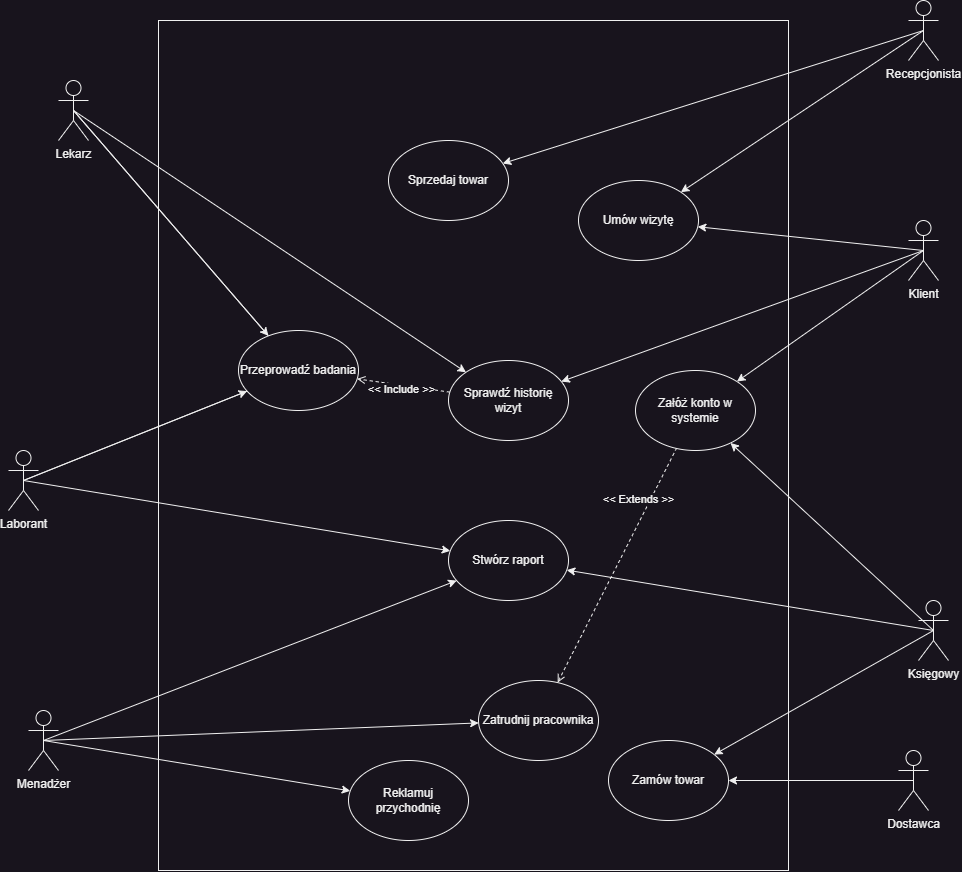
Earlier version of the draw.io export Imgaes/UC_Diagram.png (MarekMichali/vet-clinic). Source tidied: cells renumbered, new cells last; positions are measured from the earlier drawing's top-left corner, leaving out a move shared by most shapes.
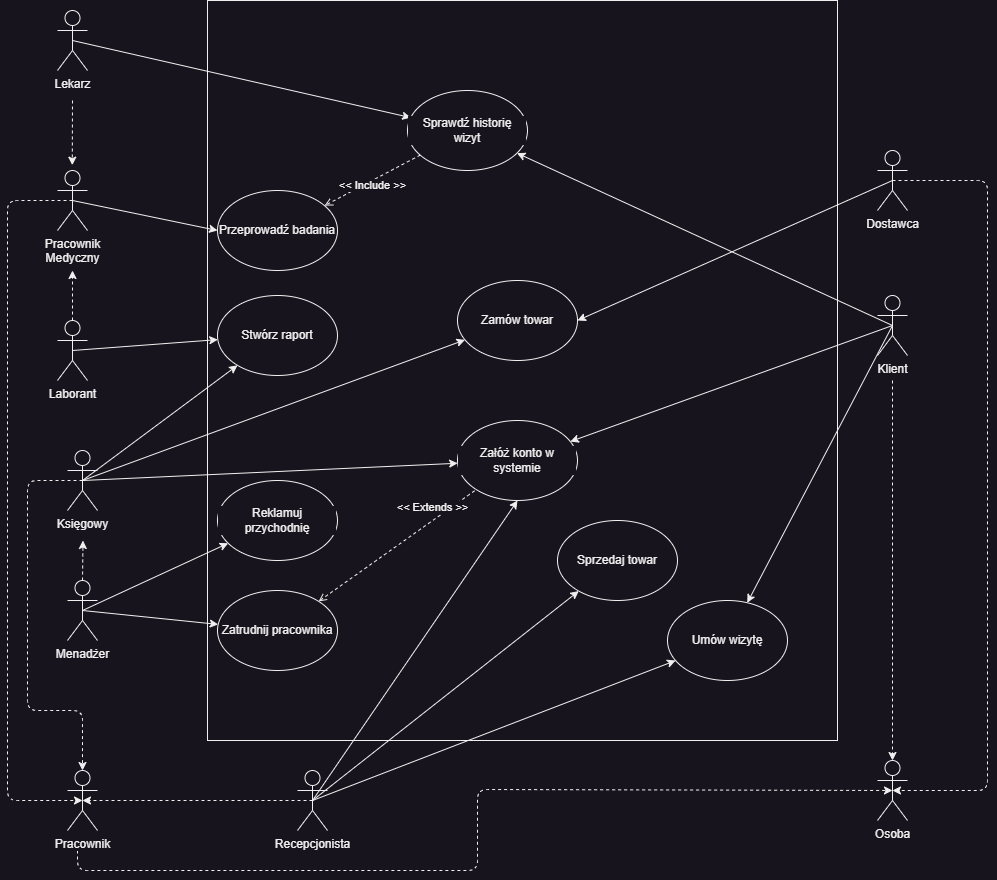
After the change.

What changed in the source:
```diff
@@ -3,19 +3,21 @@
     <mxCell id="0" />
     <mxCell id="1" parent="0" />
     <mxCell id="2" style="rounded=0;whiteSpace=wrap;html=1;fillColor=#18141D;strokeColor=#F0F0F0;fontColor=#F0F0F0;labelBackgroundColor=#18141D;" parent="1" vertex="1">
-      <mxGeometry x="150" y="20" width="630" height="850" as="geometry" />
+      <mxGeometry x="150" y="130" width="630" height="740" as="geometry" />
     </mxCell>
-    <mxCell id="3" style="edgeStyle=none;html=1;exitX=0.5;exitY=0.5;exitDx=0;exitDy=0;exitPerimeter=0;fontColor=#F0F0F0;fillColor=#18141D;strokeColor=#F0F0F0;labelBackgroundColor=#18141D;" parent="1" edge="1" source="6" target="29">
-      <mxGeometry relative="1" as="geometry" />
-    </mxCell>
     <mxCell id="4" style="edgeStyle=none;html=1;exitX=0.5;exitY=0.5;exitDx=0;exitDy=0;exitPerimeter=0;fontColor=#F0F0F0;fillColor=#18141D;strokeColor=#F0F0F0;labelBackgroundColor=#18141D;" parent="1" edge="1" source="6" target="36">
       <mxGeometry relative="1" as="geometry" />
     </mxCell>
     <mxCell id="5" style="edgeStyle=none;html=1;exitX=0.5;exitY=0.5;exitDx=0;exitDy=0;exitPerimeter=0;fontColor=#F0F0F0;fillColor=#18141D;strokeColor=#F0F0F0;labelBackgroundColor=#18141D;" parent="1" edge="1" source="6" target="34">
       <mxGeometry relative="1" as="geometry" />
     </mxCell>
+    <mxCell id="40" style="edgeStyle=none;html=1;exitX=0.5;exitY=0;exitDx=0;exitDy=0;exitPerimeter=0;dashed=1;labelBackgroundColor=#18141D;fontColor=#F0F0F0;fillColor=#18141D;strokeColor=#F0F0F0;" parent="1" edge="1" source="6">
+      <mxGeometry relative="1" as="geometry">
+        <mxPoint x="25.5" y="670" as="targetPoint" />
+      </mxGeometry>
+    </mxCell>
     <mxCell id="6" value="Menadżer" style="shape=umlActor;verticalLabelPosition=bottom;verticalAlign=top;html=1;outlineConnect=0;fillColor=#18141D;strokeColor=#F0F0F0;fontColor=#F0F0F0;labelBackgroundColor=#18141D;" parent="1" vertex="1">
-      <mxGeometry x="20" y="710" width="30" height="60" as="geometry" />
+      <mxGeometry x="10" y="710" width="30" height="60" as="geometry" />
     </mxCell>
     <mxCell id="7" style="edgeStyle=none;html=1;exitX=0.5;exitY=0.5;exitDx=0;exitDy=0;exitPerimeter=0;fontColor=#F0F0F0;fillColor=#18141D;strokeColor=#F0F0F0;labelBackgroundColor=#18141D;" parent="1" edge="1" source="10" target="32">
       <mxGeometry relative="1" as="geometry" />
@@ -26,17 +28,24 @@
     <mxCell id="9" style="edgeStyle=none;html=1;exitX=0.5;exitY=0.5;exitDx=0;exitDy=0;exitPerimeter=0;fontColor=#F0F0F0;fillColor=#18141D;strokeColor=#F0F0F0;labelBackgroundColor=#18141D;" parent="1" edge="1" source="10" target="26">
       <mxGeometry relative="1" as="geometry" />
     </mxCell>
+    <mxCell id="41" style="edgeStyle=none;html=1;entryX=0.5;entryY=0;entryDx=0;entryDy=0;entryPerimeter=0;dashed=1;labelBackgroundColor=#18141D;fontColor=#F0F0F0;fillColor=#18141D;strokeColor=#F0F0F0;" parent="1" edge="1" target="53">
+      <mxGeometry relative="1" as="geometry">
+        <mxPoint x="835" y="510" as="sourcePoint" />
+      </mxGeometry>
+    </mxCell>
     <mxCell id="10" value="Klient" style="shape=umlActor;verticalLabelPosition=bottom;verticalAlign=top;html=1;outlineConnect=0;fillColor=#18141D;strokeColor=#F0F0F0;fontColor=#F0F0F0;labelBackgroundColor=#18141D;" parent="1" vertex="1">
-      <mxGeometry x="900" y="220" width="30" height="60" as="geometry" />
+      <mxGeometry x="820" y="425" width="30" height="60" as="geometry" />
     </mxCell>
-    <mxCell id="11" style="edgeStyle=none;html=1;exitX=0.5;exitY=0.5;exitDx=0;exitDy=0;exitPerimeter=0;fontColor=#F0F0F0;fillColor=#18141D;strokeColor=#F0F0F0;labelBackgroundColor=#18141D;" parent="1" edge="1" source="13" target="39">
-      <mxGeometry relative="1" as="geometry" />
-    </mxCell>
     <mxCell id="12" style="edgeStyle=none;html=1;exitX=0.5;exitY=0.5;exitDx=0;exitDy=0;exitPerimeter=0;fontColor=#F0F0F0;fillColor=#18141D;strokeColor=#F0F0F0;labelBackgroundColor=#18141D;" parent="1" edge="1" source="13" target="32">
       <mxGeometry relative="1" as="geometry" />
     </mxCell>
+    <mxCell id="42" style="edgeStyle=none;html=1;entryX=0.493;entryY=-0.089;entryDx=0;entryDy=0;entryPerimeter=0;dashed=1;labelBackgroundColor=#18141D;fontColor=#F0F0F0;fillColor=#18141D;strokeColor=#F0F0F0;" parent="1" edge="1" target="50">
+      <mxGeometry relative="1" as="geometry">
+        <mxPoint x="15" y="230" as="sourcePoint" />
+      </mxGeometry>
+    </mxCell>
     <mxCell id="13" value="Lekarz" style="shape=umlActor;verticalLabelPosition=bottom;verticalAlign=top;html=1;outlineConnect=0;fillColor=#18141D;strokeColor=#F0F0F0;fontColor=#F0F0F0;labelBackgroundColor=#18141D;" parent="1" vertex="1">
-      <mxGeometry x="50" y="80" width="30" height="60" as="geometry" />
+      <mxGeometry y="140" width="30" height="60" as="geometry" />
     </mxCell>
     <mxCell id="14" style="edgeStyle=none;html=1;exitX=0.5;exitY=0.5;exitDx=0;exitDy=0;exitPerimeter=0;fontColor=#F0F0F0;fillColor=#18141D;strokeColor=#F0F0F0;labelBackgroundColor=#18141D;" parent="1" edge="1" source="16" target="27">
       <mxGeometry relative="1" as="geometry" />
@@ -44,23 +53,39 @@
     <mxCell id="15" style="edgeStyle=none;html=1;exitX=0.5;exitY=0.5;exitDx=0;exitDy=0;exitPerimeter=0;fontColor=#F0F0F0;fillColor=#18141D;strokeColor=#F0F0F0;labelBackgroundColor=#18141D;" parent="1" edge="1" source="16" target="33">
       <mxGeometry relative="1" as="geometry" />
     </mxCell>
+    <mxCell id="43" style="edgeStyle=none;html=1;exitX=0.5;exitY=0.5;exitDx=0;exitDy=0;exitPerimeter=0;entryX=0.5;entryY=1;entryDx=0;entryDy=0;labelBackgroundColor=#18141D;fontColor=#F0F0F0;fillColor=#18141D;strokeColor=#F0F0F0;" parent="1" edge="1" source="16" target="26">
+      <mxGeometry relative="1" as="geometry" />
+    </mxCell>
+    <mxCell id="44" style="edgeStyle=none;html=1;exitX=0.5;exitY=0.5;exitDx=0;exitDy=0;exitPerimeter=0;entryX=0.5;entryY=0.5;entryDx=0;entryDy=0;entryPerimeter=0;dashed=1;labelBackgroundColor=#18141D;fontColor=#F0F0F0;fillColor=#18141D;strokeColor=#F0F0F0;" parent="1" edge="1" source="16" target="52">
+      <mxGeometry relative="1" as="geometry" />
+    </mxCell>
     <mxCell id="16" value="Recepcjonista" style="shape=umlActor;verticalLabelPosition=bottom;verticalAlign=top;html=1;outlineConnect=0;fillColor=#18141D;strokeColor=#F0F0F0;fontColor=#F0F0F0;labelBackgroundColor=#18141D;" parent="1" vertex="1">
-      <mxGeometry x="900" width="30" height="60" as="geometry" />
+      <mxGeometry x="240" y="900" width="30" height="60" as="geometry" />
     </mxCell>
     <mxCell id="17" style="edgeStyle=none;html=1;exitX=0.5;exitY=0.5;exitDx=0;exitDy=0;exitPerimeter=0;fontColor=#F0F0F0;startArrow=none;fillColor=#18141D;strokeColor=#F0F0F0;labelBackgroundColor=#18141D;" parent="1" edge="1" source="19" target="29">
       <mxGeometry relative="1" as="geometry" />
     </mxCell>
-    <mxCell id="18" style="edgeStyle=none;html=1;exitX=0.5;exitY=0.5;exitDx=0;exitDy=0;exitPerimeter=0;fontColor=#F0F0F0;fillColor=#18141D;strokeColor=#F0F0F0;labelBackgroundColor=#18141D;" parent="1" edge="1" source="19" target="39">
-      <mxGeometry relative="1" as="geometry" />
-    </mxCell>
+    <mxCell id="45" style="edgeStyle=none;html=1;exitX=0.5;exitY=0;exitDx=0;exitDy=0;exitPerimeter=0;dashed=1;labelBackgroundColor=#18141D;fontColor=#F0F0F0;fillColor=#18141D;strokeColor=#F0F0F0;" parent="1" edge="1" source="19">
+      <mxGeometry relative="1" as="geometry">
+        <mxPoint x="15" y="400" as="targetPoint" />
+      </mxGeometry>
+    </mxCell>
     <mxCell id="19" value="Laborant" style="shape=umlActor;verticalLabelPosition=bottom;verticalAlign=top;html=1;outlineConnect=0;fillColor=#18141D;strokeColor=#F0F0F0;fontColor=#F0F0F0;labelBackgroundColor=#18141D;" parent="1" vertex="1">
       <mxGeometry y="450" width="30" height="60" as="geometry" />
     </mxCell>
     <mxCell id="20" style="edgeStyle=none;html=1;exitX=0.5;exitY=0.5;exitDx=0;exitDy=0;exitPerimeter=0;fontColor=#F0F0F0;entryX=1;entryY=0.5;entryDx=0;entryDy=0;fillColor=#18141D;strokeColor=#F0F0F0;labelBackgroundColor=#18141D;" parent="1" edge="1" source="21" target="28">
       <mxGeometry relative="1" as="geometry" />
     </mxCell>
+    <mxCell id="46" style="edgeStyle=none;html=1;exitX=0.5;exitY=0.5;exitDx=0;exitDy=0;exitPerimeter=0;entryX=0.5;entryY=0.5;entryDx=0;entryDy=0;entryPerimeter=0;dashed=1;labelBackgroundColor=#18141D;fontColor=#F0F0F0;fillColor=#18141D;strokeColor=#F0F0F0;" parent="1" edge="1" source="21" target="53">
+      <mxGeometry relative="1" as="geometry">
+        <Array as="points">
+          <mxPoint x="930" y="310" />
+          <mxPoint x="930" y="920" />
+        </Array>
+      </mxGeometry>
+    </mxCell>
     <mxCell id="21" value="Dostawca" style="shape=umlActor;verticalLabelPosition=bottom;verticalAlign=top;html=1;outlineConnect=0;fillColor=#18141D;strokeColor=#F0F0F0;fontColor=#F0F0F0;labelBackgroundColor=#18141D;" parent="1" vertex="1">
-      <mxGeometry x="890" y="750" width="30" height="60" as="geometry" />
+      <mxGeometry x="820" y="280" width="30" height="60" as="geometry" />
     </mxCell>
     <mxCell id="22" style="edgeStyle=none;html=1;exitX=0.5;exitY=0.5;exitDx=0;exitDy=0;exitPerimeter=0;fontColor=#F0F0F0;fillColor=#18141D;strokeColor=#F0F0F0;labelBackgroundColor=#18141D;" parent="1" edge="1" source="25" target="29">
       <mxGeometry relative="1" as="geometry" />
@@ -71,20 +96,29 @@
     <mxCell id="24" style="edgeStyle=none;html=1;exitX=0.5;exitY=0.5;exitDx=0;exitDy=0;exitPerimeter=0;fontColor=#F0F0F0;fillColor=#18141D;strokeColor=#F0F0F0;labelBackgroundColor=#18141D;" parent="1" edge="1" source="25" target="28">
       <mxGeometry relative="1" as="geometry" />
     </mxCell>
+    <mxCell id="47" style="edgeStyle=none;html=1;exitX=0.5;exitY=0.5;exitDx=0;exitDy=0;exitPerimeter=0;entryX=0.5;entryY=0;entryDx=0;entryDy=0;entryPerimeter=0;dashed=1;labelBackgroundColor=#18141D;fontColor=#F0F0F0;fillColor=#18141D;strokeColor=#F0F0F0;" parent="1" edge="1" source="25" target="52">
+      <mxGeometry relative="1" as="geometry">
+        <Array as="points">
+          <mxPoint x="-30" y="610" />
+          <mxPoint x="-30" y="840" />
+          <mxPoint x="25" y="840" />
+        </Array>
+      </mxGeometry>
+    </mxCell>
     <mxCell id="25" value="Księgowy" style="shape=umlActor;verticalLabelPosition=bottom;verticalAlign=top;html=1;outlineConnect=0;fillColor=#18141D;strokeColor=#F0F0F0;fontColor=#F0F0F0;labelBackgroundColor=#18141D;" parent="1" vertex="1">
-      <mxGeometry x="910" y="600" width="30" height="60" as="geometry" />
+      <mxGeometry x="10" y="580" width="30" height="60" as="geometry" />
     </mxCell>
-    <mxCell id="26" value="Załóż konto w systemie" style="ellipse;whiteSpace=wrap;html=1;fontColor=#F0F0F0;fillColor=#18141D;strokeColor=#F0F0F0;labelBackgroundColor=none;" parent="1" vertex="1">
-      <mxGeometry x="627" y="370" width="120" height="80" as="geometry" />
+    <mxCell id="26" value="Załóż konto w systemie" style="ellipse;whiteSpace=wrap;html=1;fontColor=#F0F0F0;fillColor=#18141D;strokeColor=#F0F0F0;labelBackgroundColor=#18141D;" parent="1" vertex="1">
+      <mxGeometry x="400" y="550" width="120" height="80" as="geometry" />
     </mxCell>
     <mxCell id="27" value="Umów wizytę" style="ellipse;whiteSpace=wrap;html=1;fontColor=#F0F0F0;fillColor=#18141D;strokeColor=#F0F0F0;labelBackgroundColor=#18141D;" parent="1" vertex="1">
-      <mxGeometry x="570" y="180" width="120" height="80" as="geometry" />
+      <mxGeometry x="610" y="730" width="120" height="80" as="geometry" />
     </mxCell>
     <mxCell id="28" value="Zamów towar" style="ellipse;whiteSpace=wrap;html=1;fontColor=#F0F0F0;fillColor=#18141D;strokeColor=#F0F0F0;labelBackgroundColor=#18141D;" parent="1" vertex="1">
-      <mxGeometry x="600" y="740" width="120" height="80" as="geometry" />
+      <mxGeometry x="400" y="410" width="120" height="80" as="geometry" />
     </mxCell>
-    <mxCell id="29" value="Stwórz raport" style="ellipse;whiteSpace=wrap;html=1;fontColor=#F0F0F0;fillColor=#18141D;strokeColor=#F0F0F0;labelBackgroundColor=none;" parent="1" vertex="1">
-      <mxGeometry x="440" y="520" width="120" height="80" as="geometry" />
+    <mxCell id="29" value="Stwórz raport" style="ellipse;whiteSpace=wrap;html=1;fontColor=#F0F0F0;fillColor=#18141D;strokeColor=#F0F0F0;labelBackgroundColor=#18141D;" parent="1" vertex="1">
+      <mxGeometry x="160" y="425" width="120" height="80" as="geometry" />
     </mxCell>
     <mxCell id="30" style="edgeStyle=none;html=1;dashed=1;endArrow=open;endFill=0;fillColor=#18141D;strokeColor=#F0F0F0;fontColor=#F0F0F0;labelBackgroundColor=#18141D;" parent="1" edge="1" source="32" target="39">
       <mxGeometry relative="1" as="geometry" />
@@ -92,31 +126,55 @@
     <mxCell id="31" value="&amp;lt;&amp;lt; Include &amp;gt;&amp;gt;" style="edgeLabel;html=1;align=center;verticalAlign=middle;fillColor=#18141D;strokeColor=#F0F0F0;fontColor=#F0F0F0;labelBackgroundColor=#18141D;" parent="30" vertex="1">
       <mxGeometry x="0.05" y="4" relative="1" as="geometry" />
     </mxCell>
-    <mxCell id="32" value="Sprawdź historię wizyt" style="ellipse;whiteSpace=wrap;html=1;fontColor=#F0F0F0;fillColor=#18141D;strokeColor=#F0F0F0;labelBackgroundColor=none;" parent="1" vertex="1">
-      <mxGeometry x="440" y="360" width="120" height="80" as="geometry" />
+    <mxCell id="32" value="Sprawdź historię wizyt" style="ellipse;whiteSpace=wrap;html=1;fontColor=#F0F0F0;fillColor=#18141D;strokeColor=#F0F0F0;labelBackgroundColor=#18141D;" parent="1" vertex="1">
+      <mxGeometry x="350" y="220" width="120" height="80" as="geometry" />
     </mxCell>
-    <mxCell id="33" value="Sprzedaj towar" style="ellipse;whiteSpace=wrap;html=1;fontColor=#F0F0F0;fillColor=#18141D;strokeColor=#F0F0F0;labelBackgroundColor=none;" parent="1" vertex="1">
-      <mxGeometry x="380" y="140" width="120" height="80" as="geometry" />
+    <mxCell id="33" value="Sprzedaj towar" style="ellipse;whiteSpace=wrap;html=1;fontColor=#F0F0F0;fillColor=#18141D;strokeColor=#F0F0F0;labelBackgroundColor=#18141D;" parent="1" vertex="1">
+      <mxGeometry x="500" y="650" width="120" height="80" as="geometry" />
     </mxCell>
-    <mxCell id="34" value="Reklamuj przychodnię" style="ellipse;whiteSpace=wrap;html=1;fontColor=#F0F0F0;fillColor=#18141D;strokeColor=#F0F0F0;labelBackgroundColor=none;" parent="1" vertex="1">
-      <mxGeometry x="340" y="760" width="120" height="80" as="geometry" />
+    <mxCell id="34" value="Reklamuj przychodnię" style="ellipse;whiteSpace=wrap;html=1;fontColor=#F0F0F0;fillColor=#18141D;strokeColor=#F0F0F0;labelBackgroundColor=#18141D;" parent="1" vertex="1">
+      <mxGeometry x="160" y="610" width="120" height="80" as="geometry" />
     </mxCell>
     <mxCell id="35" value="&amp;lt;&amp;lt; Extends &amp;gt;&amp;gt;" style="edgeStyle=none;html=1;dashed=1;endArrow=none;endFill=0;startArrow=open;startFill=0;fillColor=#18141D;strokeColor=#F0F0F0;fontColor=#F0F0F0;labelBackgroundColor=#18141D;" parent="1" edge="1" source="36" target="26">
       <mxGeometry x="0.52" y="10" relative="1" as="geometry">
         <mxPoint y="-1" as="offset" />
       </mxGeometry>
     </mxCell>
-    <mxCell id="36" value="Zatrudnij pracownika" style="ellipse;whiteSpace=wrap;html=1;fontColor=#F0F0F0;fillColor=#18141D;strokeColor=#F0F0F0;labelBackgroundColor=none;" parent="1" vertex="1">
-      <mxGeometry x="470" y="680" width="120" height="80" as="geometry" />
+    <mxCell id="36" value="Zatrudnij pracownika" style="ellipse;whiteSpace=wrap;html=1;fontColor=#F0F0F0;fillColor=#18141D;strokeColor=#F0F0F0;labelBackgroundColor=#18141D;" parent="1" vertex="1">
+      <mxGeometry x="160" y="720" width="120" height="80" as="geometry" />
     </mxCell>
-    <mxCell id="37" style="endArrow=none;html=1;fontColor=#F0F0F0;exitX=0.5;exitY=0.5;exitDx=0;exitDy=0;exitPerimeter=0;fillColor=#18141D;strokeColor=#F0F0F0;labelBackgroundColor=#18141D;" parent="1" edge="1" source="13" target="39">
-      <mxGeometry relative="1" as="geometry" />
-    </mxCell>
-    <mxCell id="38" style="edgeStyle=none;html=1;exitX=0.5;exitY=0.5;exitDx=0;exitDy=0;exitPerimeter=0;fontColor=#F0F0F0;endArrow=none;fillColor=#18141D;strokeColor=#F0F0F0;labelBackgroundColor=#18141D;" parent="1" edge="1" source="19" target="39">
-      <mxGeometry relative="1" as="geometry" />
-    </mxCell>
-    <mxCell id="39" value="Przeprowadź badania" style="ellipse;whiteSpace=wrap;html=1;fontColor=#F0F0F0;fillColor=#18141D;strokeColor=#F0F0F0;labelBackgroundColor=none;" parent="1" vertex="1">
-      <mxGeometry x="230" y="330" width="120" height="80" as="geometry" />
+    <mxCell id="39" value="Przeprowadź badania" style="ellipse;whiteSpace=wrap;html=1;fontColor=#F0F0F0;fillColor=#18141D;strokeColor=#F0F0F0;labelBackgroundColor=#18141D;" parent="1" vertex="1">
+      <mxGeometry x="160" y="320" width="120" height="80" as="geometry" />
     </mxCell>
+    <mxCell id="48" style="edgeStyle=none;html=1;exitX=0.5;exitY=0.5;exitDx=0;exitDy=0;exitPerimeter=0;entryX=0;entryY=0.5;entryDx=0;entryDy=0;labelBackgroundColor=#18141D;fontColor=#F0F0F0;fillColor=#18141D;strokeColor=#F0F0F0;" parent="1" edge="1" source="50" target="39">
+      <mxGeometry relative="1" as="geometry" />
+    </mxCell>
+    <mxCell id="49" style="edgeStyle=none;html=1;exitX=0.5;exitY=0.5;exitDx=0;exitDy=0;exitPerimeter=0;entryX=0.5;entryY=0.5;entryDx=0;entryDy=0;entryPerimeter=0;dashed=1;labelBackgroundColor=#18141D;fontColor=#F0F0F0;fillColor=#18141D;strokeColor=#F0F0F0;" parent="1" edge="1" source="50" target="52">
+      <mxGeometry relative="1" as="geometry">
+        <Array as="points">
+          <mxPoint x="-50" y="330" />
+          <mxPoint x="-50" y="930" />
+        </Array>
+      </mxGeometry>
+    </mxCell>
+    <mxCell id="50" value="Pracownik&lt;br&gt;Medyczny" style="shape=umlActor;verticalLabelPosition=bottom;verticalAlign=top;html=1;labelBackgroundColor=#18141D;fontColor=#F0F0F0;fillColor=#18141D;strokeColor=#F0F0F0;" parent="1" vertex="1">
+      <mxGeometry y="300" width="30" height="60" as="geometry" />
+    </mxCell>
+    <mxCell id="51" style="edgeStyle=none;html=1;entryX=0.5;entryY=0.5;entryDx=0;entryDy=0;entryPerimeter=0;dashed=1;labelBackgroundColor=#18141D;fontColor=#F0F0F0;fillColor=#18141D;strokeColor=#F0F0F0;" parent="1" edge="1" target="53">
+      <mxGeometry relative="1" as="geometry">
+        <mxPoint x="20" y="980" as="sourcePoint" />
+        <Array as="points">
+          <mxPoint x="20" y="1000" />
+          <mxPoint x="420" y="1000" />
+          <mxPoint x="420" y="919" />
+        </Array>
+      </mxGeometry>
+    </mxCell>
+    <mxCell id="52" value="Pracownik" style="shape=umlActor;verticalLabelPosition=bottom;verticalAlign=top;html=1;outlineConnect=0;labelBackgroundColor=#18141D;fontColor=#F0F0F0;fillColor=#18141D;strokeColor=#F0F0F0;" parent="1" vertex="1">
+      <mxGeometry x="10" y="900" width="30" height="60" as="geometry" />
+    </mxCell>
+    <mxCell id="53" value="Osoba" style="shape=umlActor;verticalLabelPosition=bottom;verticalAlign=top;html=1;outlineConnect=0;labelBackgroundColor=#18141D;fontColor=#F0F0F0;fillColor=#18141D;strokeColor=#F0F0F0;" parent="1" vertex="1">
+      <mxGeometry x="820" y="890" width="30" height="60" as="geometry" />
+    </mxCell>
   </root>
 </mxGraphModel>
```
